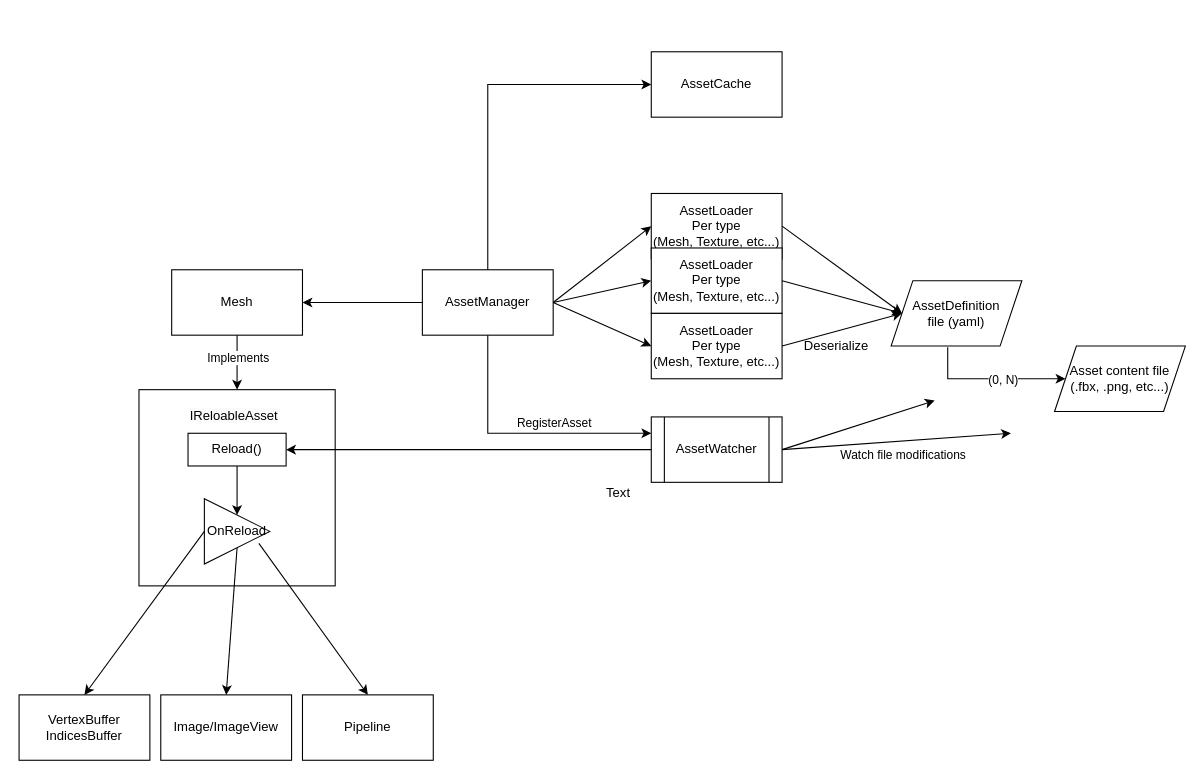
The draw.io diagram Documentation/Schemas/Assets manager.drawio in Hilderin/MiniEngine, before the edit. Source tidied: cells renumbered, new cells numbered last; positions are measured from the earlier drawing's top-left corner, leaving out a move shared by most shapes. Both pictures are drawn from the tidied source at 109%, with x=0, y=0 at pixel (19, 51).
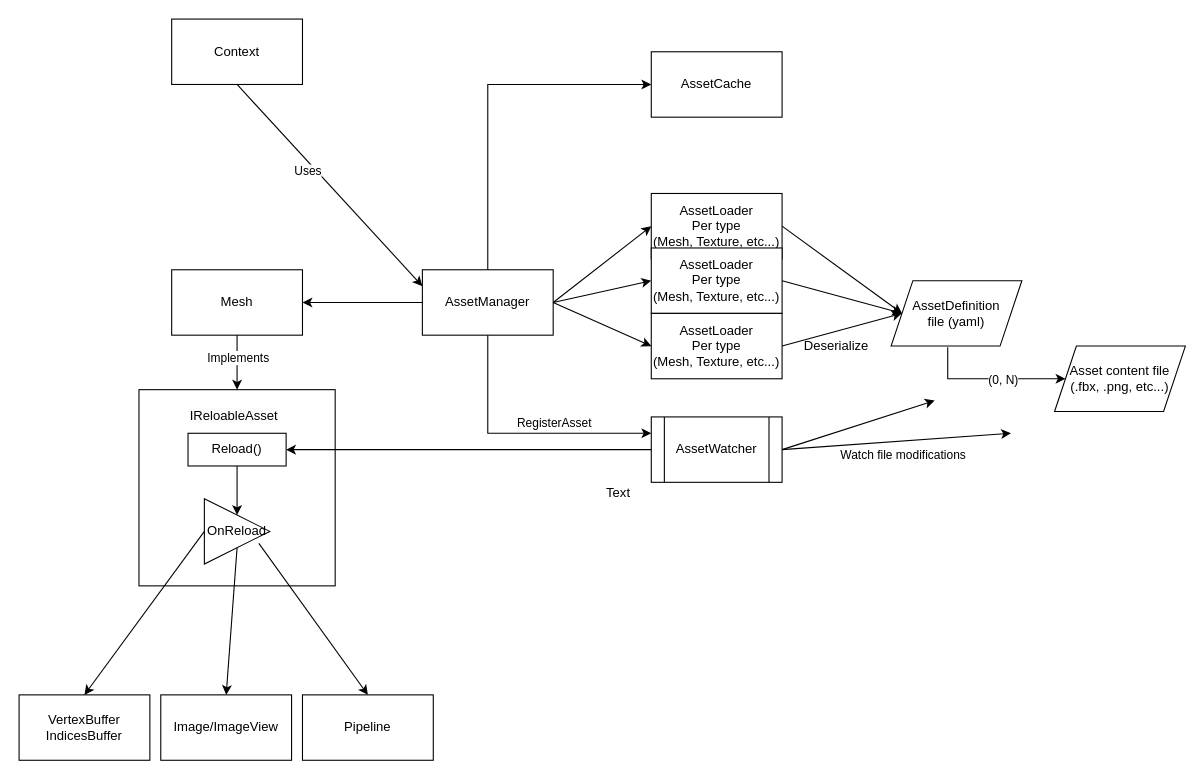
The same page after the edit.

Commit message (it also covers changes not shown here):
Saving schemas

Unchanged cells that the change refers to:
```xml
<mxCell id="2" value="AssetManager" style="rounded=0;whiteSpace=wrap;html=1;" parent="1" vertex="1">
  <mxGeometry x="370" y="200" width="120" height="60" as="geometry" />
</mxCell>
```

Change to the diagram source:
```diff
@@
+    <mxCell id="42" value="Context" style="rounded=0;whiteSpace=wrap;html=1;" parent="1" vertex="1">
+      <mxGeometry x="140" y="-30" width="120" height="60" as="geometry" />
+    </mxCell>
+    <mxCell id="43" style="endArrow=classic;html=1;rounded=0;exitX=0.5;exitY=1;exitDx=0;exitDy=0;entryX=0;entryY=0.25;entryDx=0;entryDy=0;" parent="1" edge="1" source="42" target="2">
+      <mxGeometry relative="1" as="geometry" />
+    </mxCell>
+    <mxCell id="44" value="Uses" style="edgeLabel;html=1;align=center;verticalAlign=middle;" parent="43" vertex="1">
+      <mxGeometry x="0.24" y="5" relative="1" as="geometry">
+        <mxPoint x="-45" y="-32" as="offset" />
+      </mxGeometry>
+    </mxCell>
```
